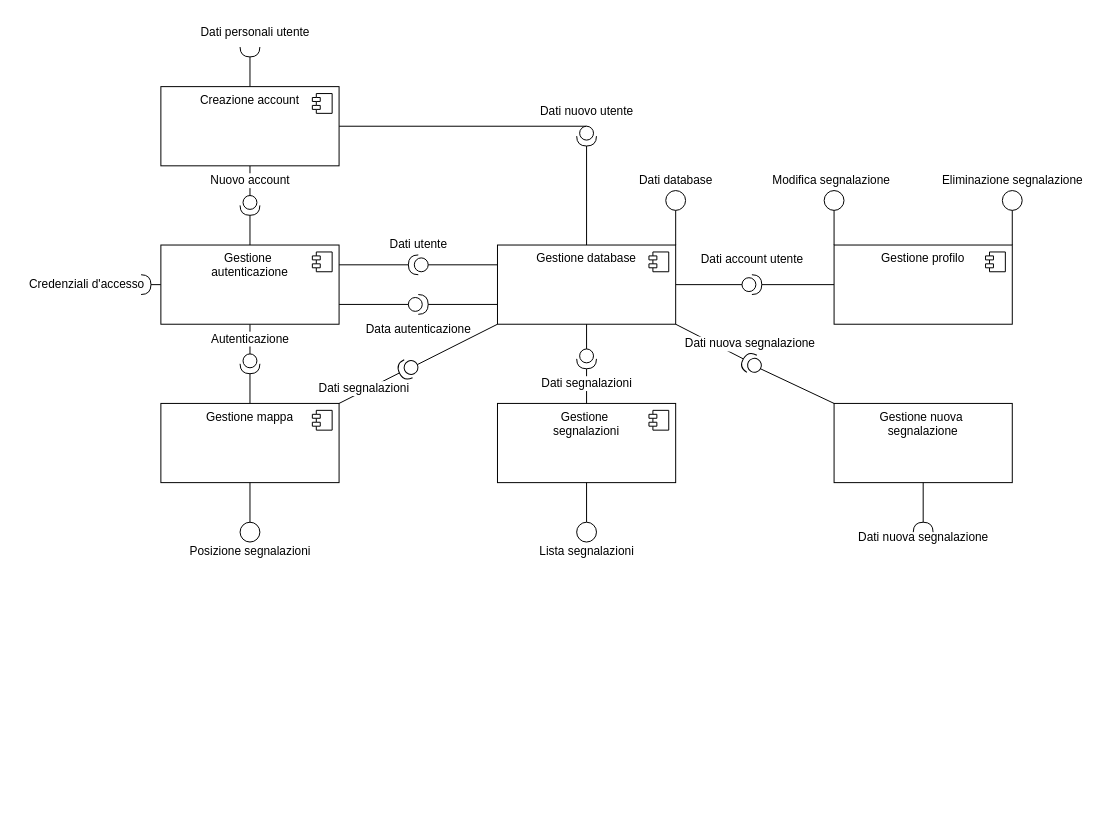
LucaBarbolini/Prova1 keeps this draw.io diagram as page "Componenti" (14 of 15) of Copia di IS.drawio. Above is the earlier version. Source tidied: cells renumbered, new cells numbered last; positions are measured from the earlier drawing's top-left corner, leaving out a move shared by most shapes. Both pictures are drawn from the tidied source at 99%, with x=0, y=0 at pixel (17, 17).
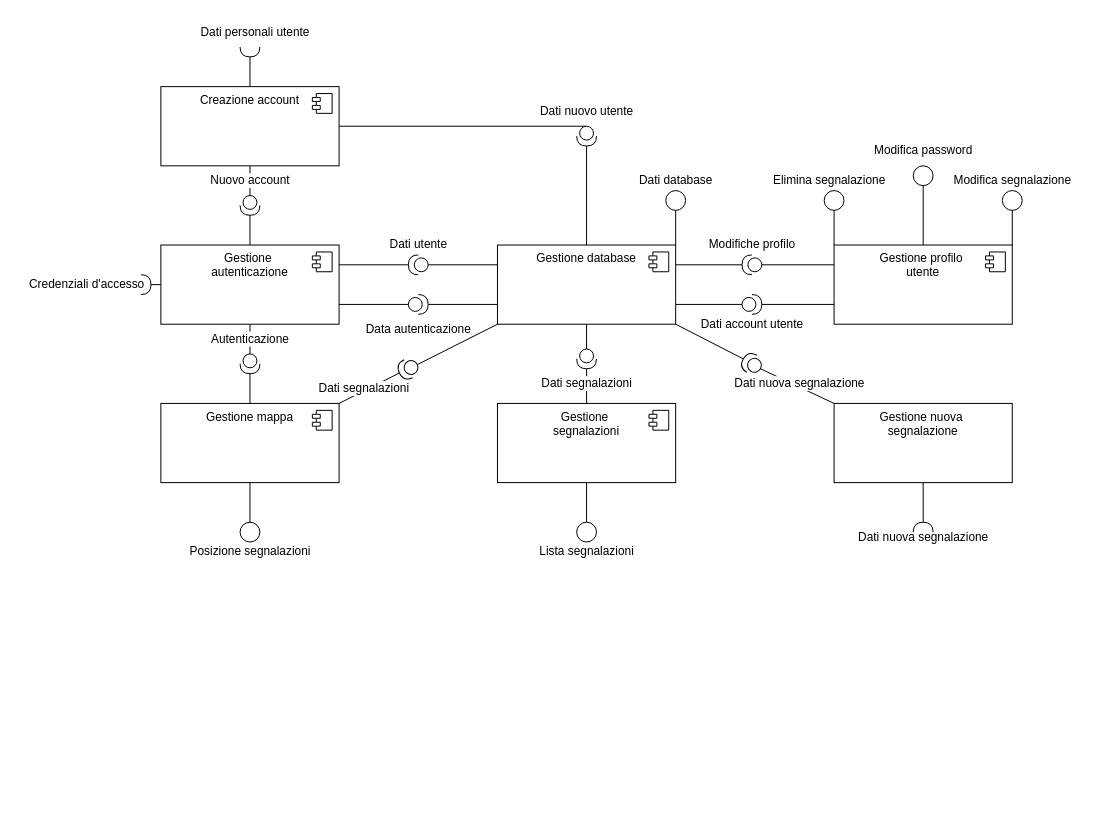
After the change.

Unchanged cells that the change refers to:
```xml
<mxCell id="42" value="Gestione database" style="html=1;whiteSpace=wrap;strokeColor=default;align=center;verticalAlign=top;fontFamily=Helvetica;fontSize=12;fontColor=default;fillColor=default;" parent="1" vertex="1">
  <mxGeometry x="485" y="230" width="180" height="80" as="geometry" />
</mxCell>
```

Change to the diagram source:
```diff
@@
     <mxCell id="37" style="shape=providedRequiredInterface;html=1;verticalLabelPosition=bottom;sketch=0;strokeColor=default;align=center;verticalAlign=top;fontFamily=Helvetica;fontSize=12;fontColor=default;fillColor=default;direction=east;" parent="1" vertex="1">
-      <mxGeometry x="732" y="260" width="20" height="20" as="geometry" />
+      <mxGeometry x="732" y="280" width="20" height="20" as="geometry" />
     </mxCell>
     <mxCell id="38" value="Dati nuova segnalazione" style="text;html=1;align=center;verticalAlign=middle;strokeColor=none;fillColor=none;fontFamily=Helvetica;fontSize=12;fontColor=default;labelBorderColor=none;labelBackgroundColor=default;" parent="1" vertex="1">
-      <mxGeometry x="665" y="315" width="150" height="30" as="geometry" />
+      <mxGeometry x="715" y="355" width="150" height="30" as="geometry" />
     </mxCell>
-    <mxCell id="39" style="endArrow=none;html=1;rounded=0;fontFamily=Helvetica;fontSize=12;fontColor=default;entryX=1;entryY=0.5;entryDx=0;entryDy=0;exitX=0;exitY=0.5;exitDx=0;exitDy=0;exitPerimeter=0;" parent="1" edge="1" source="37" target="42">
+    <mxCell id="39" style="endArrow=none;html=1;rounded=0;fontFamily=Helvetica;fontSize=12;fontColor=default;entryX=1;entryY=0.75;entryDx=0;entryDy=0;exitX=0;exitY=0.5;exitDx=0;exitDy=0;exitPerimeter=0;" parent="1" edge="1" source="37" target="42">
       <mxGeometry relative="1" as="geometry" />
     </mxCell>
-    <mxCell id="40" style="endArrow=none;html=1;rounded=0;fontFamily=Helvetica;fontSize=12;fontColor=default;entryX=0;entryY=0.5;entryDx=0;entryDy=0;exitX=1;exitY=0.5;exitDx=0;exitDy=0;exitPerimeter=0;" parent="1" edge="1" source="37" target="44">
+    <mxCell id="40" style="endArrow=none;html=1;rounded=0;fontFamily=Helvetica;fontSize=12;fontColor=default;entryX=0;entryY=0.75;entryDx=0;entryDy=0;exitX=1;exitY=0.5;exitDx=0;exitDy=0;exitPerimeter=0;" parent="1" edge="1" source="37" target="44">
       <mxGeometry relative="1" as="geometry" />
     </mxCell>
     <mxCell id="41" value="Dati account utente" style="text;html=1;align=center;verticalAlign=middle;strokeColor=none;fillColor=none;fontFamily=Helvetica;fontSize=12;fontColor=default;" parent="1" vertex="1">
-      <mxGeometry x="677" y="230" width="130" height="30" as="geometry" />
+      <mxGeometry x="677" y="295" width="130" height="30" as="geometry" />
     </mxCell>
@@
-    <mxCell id="44" value="Gestione profilo" style="html=1;whiteSpace=wrap;strokeColor=default;align=center;verticalAlign=top;fontFamily=Helvetica;fontSize=12;fontColor=default;fillColor=default;" parent="1" vertex="1">
+    <mxCell id="44" value="Gestione profilo&amp;nbsp;&lt;div&gt;utente&lt;/div&gt;" style="html=1;whiteSpace=wrap;strokeColor=default;align=center;verticalAlign=top;fontFamily=Helvetica;fontSize=12;fontColor=default;fillColor=default;" parent="1" vertex="1">
       <mxGeometry x="825" y="230" width="180" height="80" as="geometry" />
     </mxCell>
@@
     <mxCell id="75" value="Modifica segnalazione" style="text;html=1;align=center;verticalAlign=middle;strokeColor=none;fillColor=none;" parent="1" vertex="1">
-      <mxGeometry x="752" y="150" width="140" height="30" as="geometry" />
+      <mxGeometry x="935" y="150" width="140" height="30" as="geometry" />
     </mxCell>
-    <mxCell id="76" value="Eliminazione segnalazione" style="text;html=1;align=center;verticalAlign=middle;strokeColor=none;fillColor=none;" parent="1" vertex="1">
-      <mxGeometry x="920" y="150" width="170" height="30" as="geometry" />
+    <mxCell id="76" value="Elimina segnalazione" style="text;html=1;align=center;verticalAlign=middle;strokeColor=none;fillColor=none;" parent="1" vertex="1">
+      <mxGeometry x="750" y="150" width="140" height="30" as="geometry" />
     </mxCell>
+    <mxCell id="77" style="shape=providedRequiredInterface;html=1;verticalLabelPosition=bottom;sketch=0;strokeColor=default;align=center;verticalAlign=top;fontFamily=Helvetica;fontSize=12;fontColor=default;fillColor=default;direction=west;" parent="1" vertex="1">
+      <mxGeometry x="732" y="240" width="20" height="20" as="geometry" />
+    </mxCell>
+    <mxCell id="78" style="endArrow=none;html=1;rounded=0;entryX=1;entryY=0.5;entryDx=0;entryDy=0;entryPerimeter=0;exitX=1;exitY=0.25;exitDx=0;exitDy=0;" parent="1" edge="1" source="42" target="77">
+      <mxGeometry relative="1" as="geometry" />
+    </mxCell>
+    <mxCell id="79" style="endArrow=none;html=1;rounded=0;entryX=0;entryY=0.25;entryDx=0;entryDy=0;exitX=0;exitY=0.5;exitDx=0;exitDy=0;exitPerimeter=0;" parent="1" edge="1" source="77" target="44">
+      <mxGeometry relative="1" as="geometry" />
+    </mxCell>
+    <mxCell id="80" value="Modifiche profilo" style="text;html=1;align=center;verticalAlign=middle;strokeColor=none;fillColor=none;" parent="1" vertex="1">
+      <mxGeometry x="687" y="215" width="110" height="30" as="geometry" />
+    </mxCell>
+    <mxCell id="81" style="ellipse;whiteSpace=wrap;html=1;direction=east;" parent="1" vertex="1">
+      <mxGeometry x="905" y="150" width="20" height="20" as="geometry" />
+    </mxCell>
+    <mxCell id="82" style="endArrow=none;html=1;rounded=0;entryX=0.5;entryY=1;entryDx=0;entryDy=0;exitX=0.5;exitY=0;exitDx=0;exitDy=0;" parent="1" edge="1" source="44" target="81">
+      <mxGeometry relative="1" as="geometry" />
+    </mxCell>
+    <mxCell id="83" value="Modifica password" style="text;html=1;align=center;verticalAlign=middle;strokeColor=none;fillColor=none;" parent="1" vertex="1">
+      <mxGeometry x="855" y="120" width="120" height="30" as="geometry" />
+    </mxCell>
```
